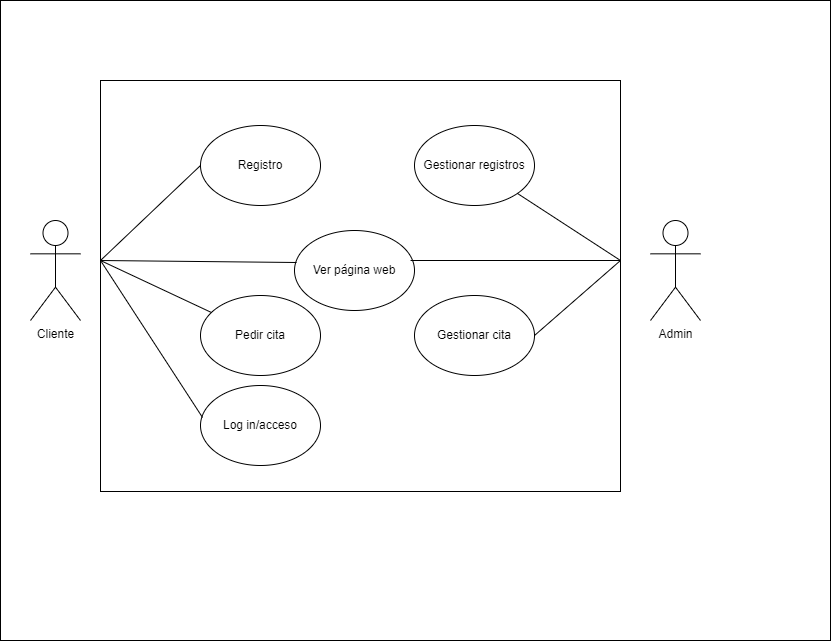
The draw.io diagram Documentos/imagenes doc/casos de uso.png in getAlexRibeiro/TFG_PELU, before a commit. Source tidied: cells renumbered, new cells last; positions are measured from the earlier drawing's top-left corner, leaving out a move shared by most shapes.
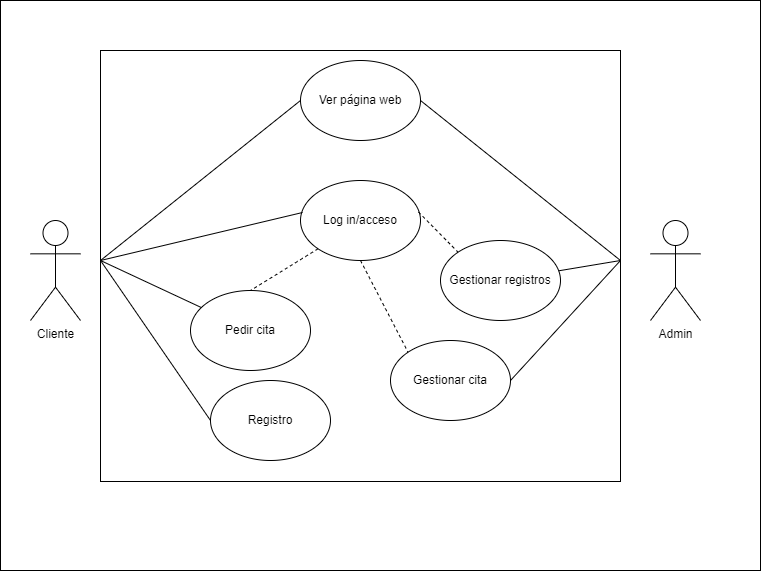
After the commit.

Diff of the diagram source:
```diff
@@ -2,70 +2,79 @@
   <root>
     <mxCell id="0" />
     <mxCell id="1" parent="0" />
-    <mxCell id="2" style="rounded=0;whiteSpace=wrap;html=1;" parent="1" vertex="1">
-      <mxGeometry width="830" height="640" as="geometry" />
-    </mxCell>
+    <mxCell id="19" style="rounded=0;whiteSpace=wrap;html=1;" parent="1" vertex="1">
+      <mxGeometry x="240" width="760" height="570" as="geometry" />
+    </mxCell>
     <mxCell id="3" style="rounded=0;whiteSpace=wrap;html=1;" parent="1" vertex="1">
-      <mxGeometry x="100" y="80" width="520" height="411" as="geometry" />
+      <mxGeometry x="340" y="50" width="520" height="431" as="geometry" />
     </mxCell>
     <mxCell id="4" value="Admin" style="shape=umlActor;verticalLabelPosition=bottom;verticalAlign=top;html=1;" parent="1" vertex="1">
-      <mxGeometry x="650" y="220" width="50" height="100" as="geometry" />
+      <mxGeometry x="890" y="220" width="50" height="100" as="geometry" />
     </mxCell>
     <mxCell id="5" value="Cliente" style="shape=umlActor;verticalLabelPosition=bottom;verticalAlign=top;html=1;" parent="1" vertex="1">
-      <mxGeometry x="30" y="220" width="50" height="100" as="geometry" />
+      <mxGeometry x="270" y="220" width="50" height="100" as="geometry" />
     </mxCell>
     <mxCell id="6" value="Pedir cita" style="ellipse;whiteSpace=wrap;html=1;" parent="1" vertex="1">
-      <mxGeometry x="200" y="295" width="120" height="80" as="geometry" />
+      <mxGeometry x="430" y="290" width="120" height="80" as="geometry" />
     </mxCell>
     <mxCell id="7" value="Registro" style="ellipse;whiteSpace=wrap;html=1;" parent="1" vertex="1">
-      <mxGeometry x="200" y="125" width="120" height="80" as="geometry" />
+      <mxGeometry x="450" y="380" width="120" height="80" as="geometry" />
     </mxCell>
     <mxCell id="8" value="Log in/acceso" style="ellipse;whiteSpace=wrap;html=1;" parent="1" vertex="1">
-      <mxGeometry x="200" y="385" width="120" height="80" as="geometry" />
+      <mxGeometry x="540" y="180" width="120" height="80" as="geometry" />
     </mxCell>
     <mxCell id="9" style="endArrow=none;html=1;rounded=0;entryX=0;entryY=0.5;entryDx=0;entryDy=0;" parent="1" edge="1" target="7">
       <mxGeometry relative="1" as="geometry">
-        <mxPoint x="100" y="260" as="sourcePoint" />
+        <mxPoint x="340" y="260" as="sourcePoint" />
       </mxGeometry>
     </mxCell>
     <mxCell id="10" style="endArrow=none;html=1;rounded=0;" parent="1" edge="1" target="6">
       <mxGeometry relative="1" as="geometry">
-        <mxPoint x="100" y="260" as="sourcePoint" />
+        <mxPoint x="340" y="260" as="sourcePoint" />
       </mxGeometry>
     </mxCell>
     <mxCell id="11" style="endArrow=none;html=1;rounded=0;entryX=0.017;entryY=0.4;entryDx=0;entryDy=0;entryPerimeter=0;" parent="1" edge="1" target="8">
       <mxGeometry relative="1" as="geometry">
-        <mxPoint x="100" y="260" as="sourcePoint" />
+        <mxPoint x="340" y="260" as="sourcePoint" />
       </mxGeometry>
     </mxCell>
     <mxCell id="12" value="Gestionar cita" style="ellipse;whiteSpace=wrap;html=1;" parent="1" vertex="1">
-      <mxGeometry x="414" y="295" width="120" height="80" as="geometry" />
+      <mxGeometry x="630" y="340" width="120" height="80" as="geometry" />
     </mxCell>
     <mxCell id="13" value="Gestionar registros" style="ellipse;whiteSpace=wrap;html=1;" parent="1" vertex="1">
-      <mxGeometry x="414" y="125" width="120" height="80" as="geometry" />
+      <mxGeometry x="680" y="240" width="120" height="80" as="geometry" />
     </mxCell>
     <mxCell id="14" style="endArrow=none;html=1;rounded=0;exitX=1;exitY=0.5;exitDx=0;exitDy=0;" parent="1" edge="1" source="12">
       <mxGeometry relative="1" as="geometry">
-        <mxPoint x="620" y="260" as="targetPoint" />
+        <mxPoint x="860" y="260" as="targetPoint" />
       </mxGeometry>
     </mxCell>
     <mxCell id="15" style="endArrow=none;html=1;rounded=0;" parent="1" edge="1" source="13">
       <mxGeometry relative="1" as="geometry">
-        <mxPoint x="620" y="260" as="targetPoint" />
+        <mxPoint x="860" y="260" as="targetPoint" />
       </mxGeometry>
     </mxCell>
     <mxCell id="16" value="Ver página web" style="ellipse;whiteSpace=wrap;html=1;" parent="1" vertex="1">
-      <mxGeometry x="294" y="230" width="120" height="80" as="geometry" />
+      <mxGeometry x="540" y="60" width="120" height="80" as="geometry" />
     </mxCell>
-    <mxCell id="17" style="endArrow=none;html=1;rounded=0;entryX=0.017;entryY=0.4;entryDx=0;entryDy=0;entryPerimeter=0;" parent="1" edge="1" target="16">
+    <mxCell id="17" style="endArrow=none;html=1;rounded=0;entryX=0;entryY=0.5;entryDx=0;entryDy=0;" parent="1" edge="1" target="16">
       <mxGeometry relative="1" as="geometry">
-        <mxPoint x="100" y="260" as="sourcePoint" />
+        <mxPoint x="340" y="260" as="sourcePoint" />
       </mxGeometry>
     </mxCell>
-    <mxCell id="18" style="endArrow=none;html=1;rounded=0;exitX=0.967;exitY=0.375;exitDx=0;exitDy=0;exitPerimeter=0;" parent="1" edge="1" source="16">
+    <mxCell id="18" style="endArrow=none;html=1;rounded=0;exitX=1;exitY=0.5;exitDx=0;exitDy=0;" parent="1" edge="1" source="16">
       <mxGeometry relative="1" as="geometry">
-        <mxPoint x="620" y="260" as="targetPoint" />
+        <mxPoint x="860" y="260" as="targetPoint" />
       </mxGeometry>
     </mxCell>
+    <mxCell id="20" style="endArrow=none;dashed=1;html=1;rounded=0;exitX=0.983;exitY=0.394;exitDx=0;exitDy=0;exitPerimeter=0;entryX=0;entryY=0;entryDx=0;entryDy=0;" parent="1" edge="1" source="8" target="13">
+      <mxGeometry relative="1" as="geometry" />
+    </mxCell>
+    <mxCell id="21" style="endArrow=none;dashed=1;html=1;rounded=0;entryX=0;entryY=0;entryDx=0;entryDy=0;exitX=0.5;exitY=1;exitDx=0;exitDy=0;" parent="1" edge="1" source="8" target="12">
+      <mxGeometry relative="1" as="geometry" />
+    </mxCell>
+    <mxCell id="22" style="endArrow=none;dashed=1;html=1;rounded=0;entryX=0.5;entryY=0;entryDx=0;entryDy=0;exitX=0;exitY=1;exitDx=0;exitDy=0;" parent="1" edge="1" source="8" target="6">
+      <mxGeometry relative="1" as="geometry" />
+    </mxCell>
   </root>
 </mxGraphModel>
```
